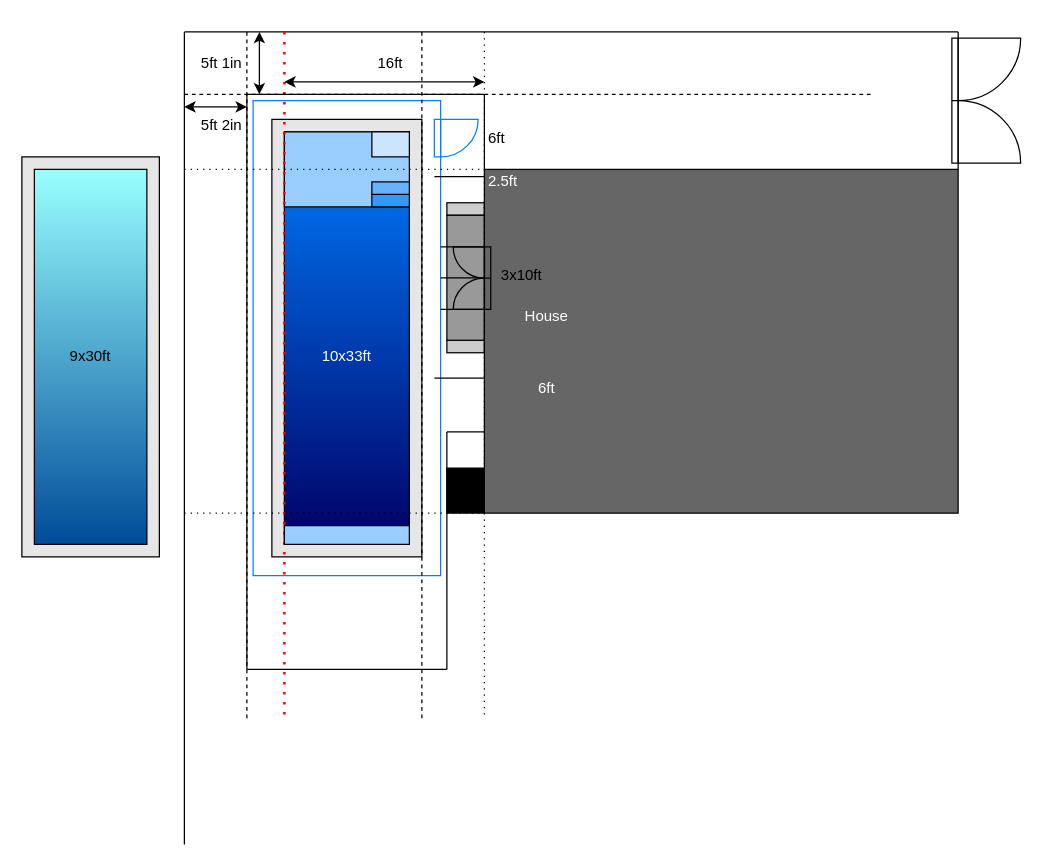
Earlier version of the draw.io diagram PoolPlan.drawio (hikumealan/draw-io-diagrams). Source tidied: cells renumbered, new cells numbered last; positions are measured from the earlier drawing's top-left corner, leaving out a move shared by most shapes. Both pictures are drawn from the tidied source at 125%, with x=0, y=0 at pixel (21, 31).
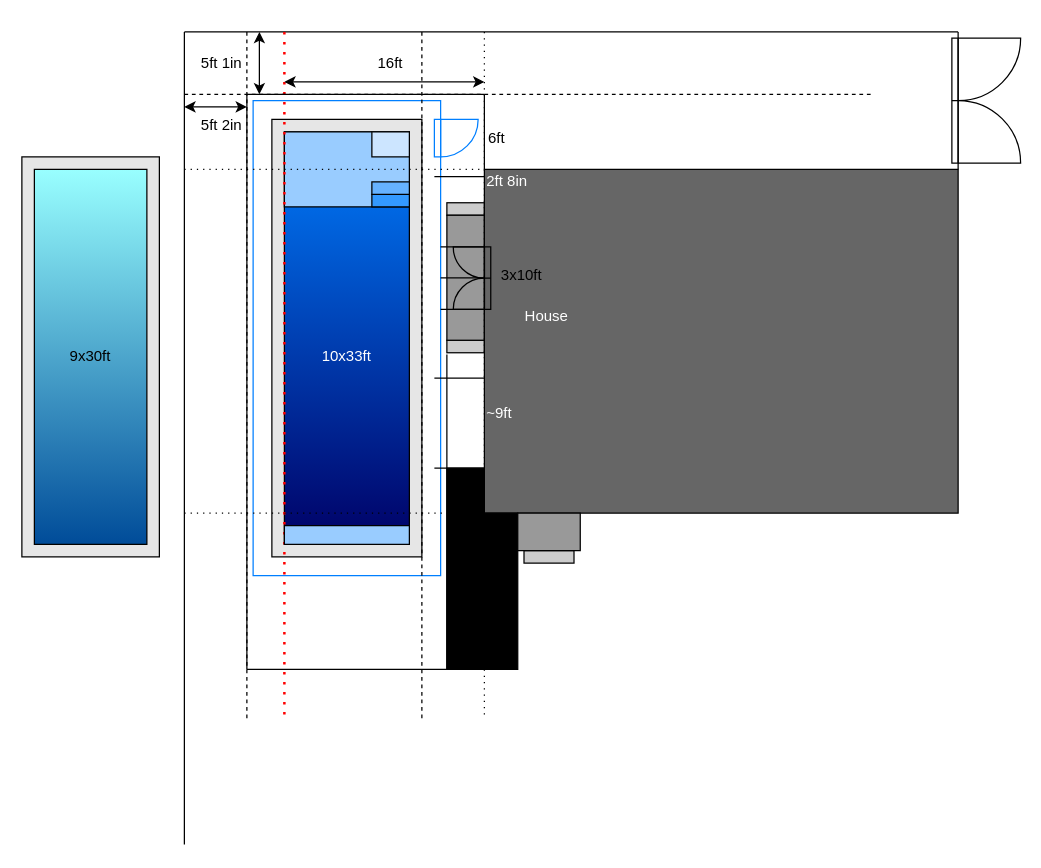
The same diagram, later.

What changed in the source:
```diff
@@
-    <mxCell id="22" value="2.5ft" style="text;html=1;strokeColor=none;fillColor=none;align=center;verticalAlign=middle;whiteSpace=wrap;rounded=0;fontColor=#FFFFFF;" parent="1" vertex="1">
-      <mxGeometry x="355" y="105" width="60" height="30" as="geometry" />
+    <mxCell id="22" value="2ft 8in" style="text;html=1;strokeColor=none;fillColor=none;align=left;verticalAlign=middle;whiteSpace=wrap;rounded=0;fontColor=#FFFFFF;" parent="1" vertex="1">
+      <mxGeometry x="370" y="105" width="60" height="30" as="geometry" />
     </mxCell>
@@
     <mxCell id="26" style="endArrow=none;html=1;rounded=0;" parent="1" edge="1">
       <mxGeometry relative="1" as="geometry">
-        <mxPoint x="340" y="320" as="sourcePoint" />
-        <mxPoint x="370" y="320" as="targetPoint" />
+        <mxPoint x="330" y="349" as="sourcePoint" />
+        <mxPoint x="370" y="349" as="targetPoint" />
       </mxGeometry>
     </mxCell>
-    <mxCell id="27" value="6ft" style="text;html=1;strokeColor=none;fillColor=none;align=center;verticalAlign=middle;whiteSpace=wrap;rounded=0;fontColor=#FFFFFF;" parent="1" vertex="1">
-      <mxGeometry x="390" y="270" width="60" height="30" as="geometry" />
+    <mxCell id="27" value="~9ft" style="text;html=1;strokeColor=none;fillColor=none;align=left;verticalAlign=middle;whiteSpace=wrap;rounded=0;fontColor=#FFFFFF;" parent="1" vertex="1">
+      <mxGeometry x="370" y="290" width="60" height="30" as="geometry" />
     </mxCell>
@@
     <mxCell id="29" style="endArrow=none;html=1;rounded=0;" parent="1" edge="1">
       <mxGeometry relative="1" as="geometry">
-        <mxPoint x="340" y="320" as="sourcePoint" />
+        <mxPoint x="340" y="258" as="sourcePoint" />
         <mxPoint x="340" y="510" as="targetPoint" />
       </mxGeometry>
     </mxCell>
@@
     <mxCell id="53" style="rounded=0;whiteSpace=wrap;html=1;fontColor=#FFFFFF;strokeColor=#000000;fillColor=#000000;gradientColor=none;" parent="1" vertex="1">
-      <mxGeometry x="340" y="349" width="30" height="36" as="geometry" />
+      <mxGeometry x="340" y="349" width="30" height="161" as="geometry" />
     </mxCell>
+    <mxCell id="54" style="rounded=0;whiteSpace=wrap;html=1;fontColor=#FFFFFF;strokeColor=#000000;fillColor=#000000;gradientColor=none;" parent="1" vertex="1">
+      <mxGeometry x="370" y="385" width="26.7" height="125" as="geometry" />
+    </mxCell>
+    <mxCell id="55" style="rounded=0;whiteSpace=wrap;html=1;fillColor=#CCCCCC;gradientColor=none;" parent="1" vertex="1">
+      <mxGeometry x="401.7" y="415" width="40" height="10" as="geometry" />
+    </mxCell>
+    <mxCell id="56" style="rounded=0;whiteSpace=wrap;html=1;fillColor=#999999;gradientColor=none;" parent="1" vertex="1">
+      <mxGeometry x="396.7" y="385" width="50" height="30" as="geometry" />
+    </mxCell>
```
